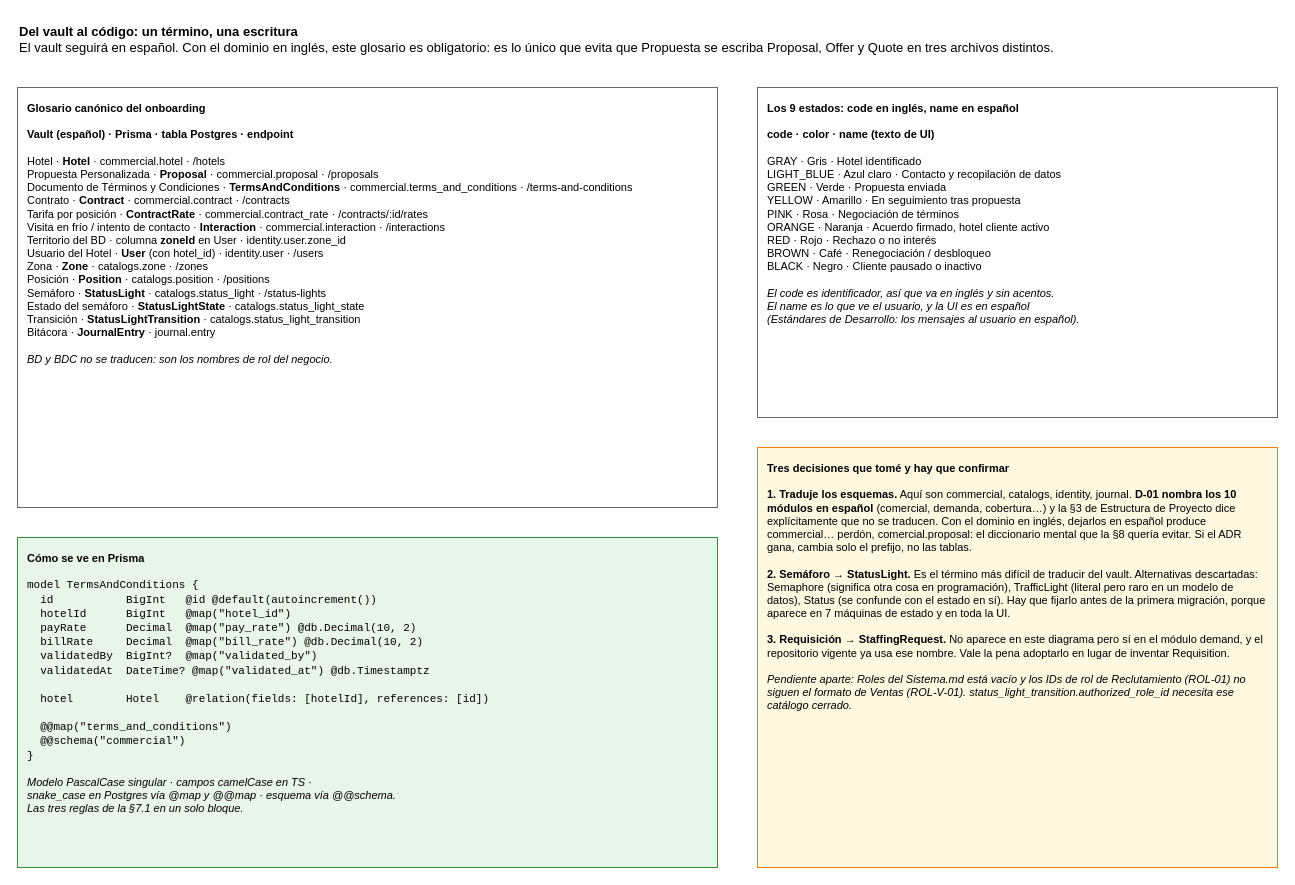
Above: page "3 - Nomenclatura y glosario ES → EN" (4 of 4) of Español/Arquitecturas/Ventas/Propuesta de Base de Datos - Ventas.drawio in dev3-cc/oranje-matrix-system (draw.io), before the change. Source tidied: cells renumbered, new cells numbered last; positions are measured from the earlier drawing's top-left corner, leaving out a move shared by most shapes. Both pictures are drawn from the tidied source at 100%, with x=0, y=0 at pixel (17, 17).
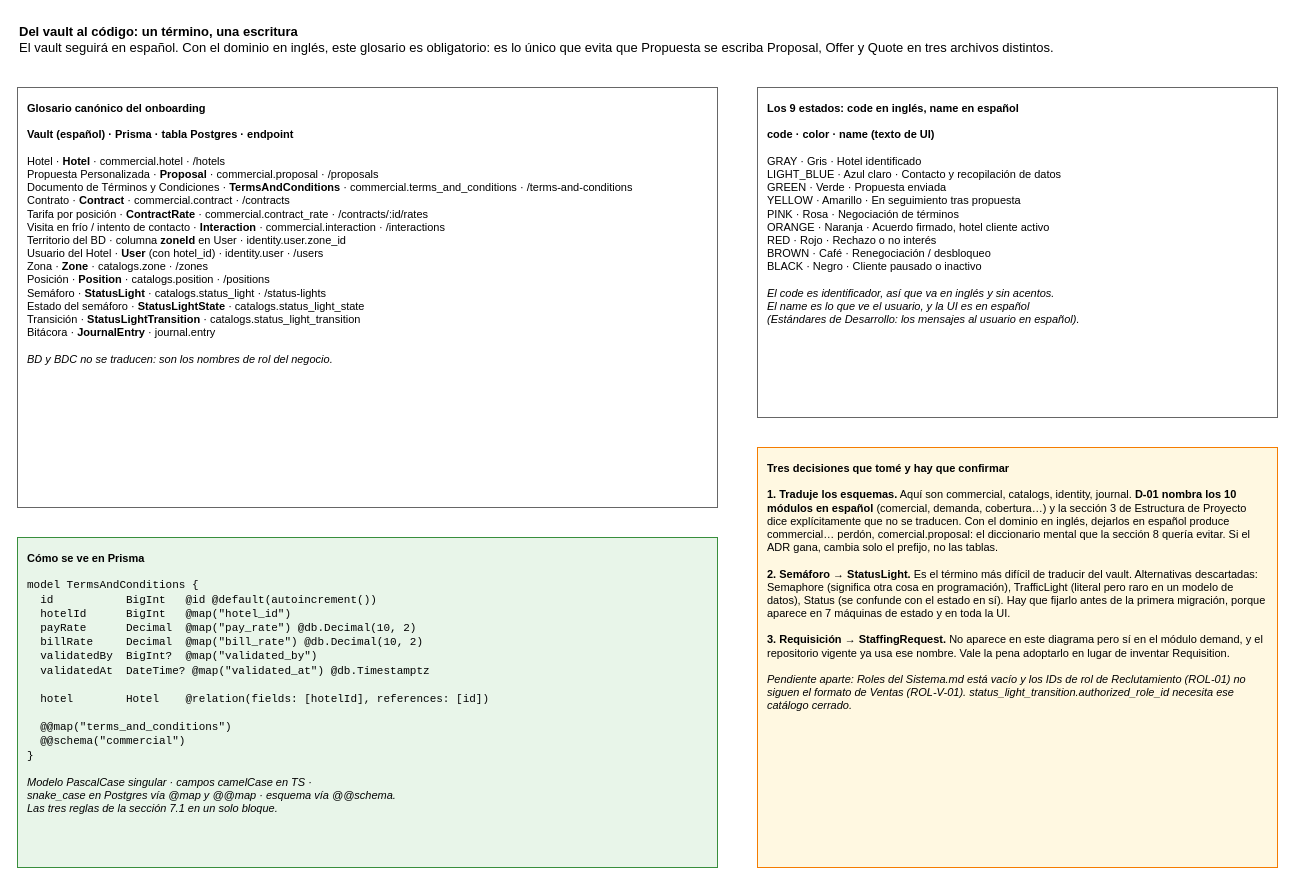
Above is the later version.

The edit, as a diff of the source:
```diff
@@
 <mxGraphModel>
   <root>
     <mxCell id="0" />
     <mxCell id="1" parent="0" />
     <mxCell id="2" value="&lt;b&gt;Del vault al código: un término, una escritura&lt;/b&gt;&lt;br&gt;El vault seguirá en español. Con el dominio en inglés, este glosario es obligatorio: es lo único que evita que Propuesta se escriba Proposal, Offer y Quote en tres archivos distintos." style="text;html=1;align=left;verticalAlign=top;fontSize=13;" parent="1" vertex="1">
       <mxGeometry width="900" height="50" as="geometry" />
     </mxCell>
     <mxCell id="3" value="&lt;b&gt;Glosario canónico del onboarding&lt;/b&gt;&lt;br&gt;&lt;br&gt;&lt;b&gt;Vault (español) · Prisma · tabla Postgres · endpoint&lt;/b&gt;&lt;br&gt;&lt;br&gt;Hotel · &lt;b&gt;Hotel&lt;/b&gt; · commercial.hotel · /hotels&lt;br&gt;Propuesta Personalizada · &lt;b&gt;Proposal&lt;/b&gt; · commercial.proposal · /proposals&lt;br&gt;Documento de Términos y Condiciones · &lt;b&gt;TermsAndConditions&lt;/b&gt; · commercial.terms_and_conditions · /terms-and-conditions&lt;br&gt;Contrato · &lt;b&gt;Contract&lt;/b&gt; · commercial.contract · /contracts&lt;br&gt;Tarifa por posición · &lt;b&gt;ContractRate&lt;/b&gt; · commercial.contract_rate · /contracts/:id/rates&lt;br&gt;Visita en frío / intento de contacto · &lt;b&gt;Interaction&lt;/b&gt; · commercial.interaction · /interactions&lt;br&gt;Territorio del BD · columna &lt;b&gt;zoneId&lt;/b&gt; en User · identity.user.zone_id&lt;br&gt;Usuario del Hotel · &lt;b&gt;User&lt;/b&gt; (con hotel_id) · identity.user · /users&lt;br&gt;Zona · &lt;b&gt;Zone&lt;/b&gt; · catalogs.zone · /zones&lt;br&gt;Posición · &lt;b&gt;Position&lt;/b&gt; · catalogs.position · /positions&lt;br&gt;Semáforo · &lt;b&gt;StatusLight&lt;/b&gt; · catalogs.status_light · /status-lights&lt;br&gt;Estado del semáforo · &lt;b&gt;StatusLightState&lt;/b&gt; · catalogs.status_light_state&lt;br&gt;Transición · &lt;b&gt;StatusLightTransition&lt;/b&gt; · catalogs.status_light_transition&lt;br&gt;Bitácora · &lt;b&gt;JournalEntry&lt;/b&gt; · journal.entry&lt;br&gt;&lt;br&gt;&lt;i&gt;BD y BDC no se traducen: son los nombres de rol del negocio.&lt;/i&gt;" style="rounded=0;whiteSpace=wrap;html=1;fillColor=#FFFFFF;strokeColor=#666666;align=left;verticalAlign=top;spacing=10;fontSize=11;" parent="1" vertex="1">
       <mxGeometry y="70" width="700" height="420" as="geometry" />
     </mxCell>
     <mxCell id="4" value="&lt;b&gt;Los 9 estados: code en inglés, name en español&lt;/b&gt;&lt;br&gt;&lt;br&gt;&lt;b&gt;code · color · name (texto de UI)&lt;/b&gt;&lt;br&gt;&lt;br&gt;GRAY · Gris · Hotel identificado&lt;br&gt;LIGHT_BLUE · Azul claro · Contacto y recopilación de datos&lt;br&gt;GREEN · Verde · Propuesta enviada&lt;br&gt;YELLOW · Amarillo · En seguimiento tras propuesta&lt;br&gt;PINK · Rosa · Negociación de términos&lt;br&gt;ORANGE · Naranja · Acuerdo firmado, hotel cliente activo&lt;br&gt;RED · Rojo · Rechazo o no interés&lt;br&gt;BROWN · Café · Renegociación / desbloqueo&lt;br&gt;BLACK · Negro · Cliente pausado o inactivo&lt;br&gt;&lt;br&gt;&lt;i&gt;El code es identificador, así que va en inglés y sin acentos.&lt;br&gt;El name es lo que ve el usuario, y la UI es en español&lt;br&gt;(Estándares de Desarrollo: los mensajes al usuario en español).&lt;/i&gt;" style="rounded=0;whiteSpace=wrap;html=1;fillColor=#FFFFFF;strokeColor=#666666;align=left;verticalAlign=top;spacing=10;fontSize=11;" parent="1" vertex="1">
       <mxGeometry x="740" y="70" width="520" height="330" as="geometry" />
     </mxCell>
-    <mxCell id="5" value="&lt;b&gt;Cómo se ve en Prisma&lt;/b&gt;&lt;br&gt;&lt;br&gt;&lt;font face=&quot;Courier New&quot;&gt;model TermsAndConditions {&lt;br&gt;&amp;nbsp;&amp;nbsp;id&amp;nbsp;&amp;nbsp;&amp;nbsp;&amp;nbsp;&amp;nbsp;&amp;nbsp;&amp;nbsp;&amp;nbsp;&amp;nbsp;&amp;nbsp;&amp;nbsp;BigInt&amp;nbsp;&amp;nbsp; @id @default(autoincrement())&lt;br&gt;&amp;nbsp;&amp;nbsp;hotelId&amp;nbsp;&amp;nbsp;&amp;nbsp;&amp;nbsp;&amp;nbsp;&amp;nbsp;BigInt&amp;nbsp;&amp;nbsp; @map(&quot;hotel_id&quot;)&lt;br&gt;&amp;nbsp;&amp;nbsp;payRate&amp;nbsp;&amp;nbsp;&amp;nbsp;&amp;nbsp;&amp;nbsp;&amp;nbsp;Decimal&amp;nbsp; @map(&quot;pay_rate&quot;) @db.Decimal(10, 2)&lt;br&gt;&amp;nbsp;&amp;nbsp;billRate&amp;nbsp;&amp;nbsp;&amp;nbsp;&amp;nbsp;&amp;nbsp;Decimal&amp;nbsp; @map(&quot;bill_rate&quot;) @db.Decimal(10, 2)&lt;br&gt;&amp;nbsp;&amp;nbsp;validatedBy&amp;nbsp;&amp;nbsp;BigInt?&amp;nbsp; @map(&quot;validated_by&quot;)&lt;br&gt;&amp;nbsp;&amp;nbsp;validatedAt&amp;nbsp;&amp;nbsp;DateTime? @map(&quot;validated_at&quot;) @db.Timestamptz&lt;br&gt;&lt;br&gt;&amp;nbsp;&amp;nbsp;hotel&amp;nbsp;&amp;nbsp;&amp;nbsp;&amp;nbsp;&amp;nbsp;&amp;nbsp;&amp;nbsp;&amp;nbsp;Hotel&amp;nbsp;&amp;nbsp;&amp;nbsp;&amp;nbsp;@relation(fields: [hotelId], references: [id])&lt;br&gt;&lt;br&gt;&amp;nbsp;&amp;nbsp;@@map(&quot;terms_and_conditions&quot;)&lt;br&gt;&amp;nbsp;&amp;nbsp;@@schema(&quot;commercial&quot;)&lt;br&gt;}&lt;/font&gt;&lt;br&gt;&lt;br&gt;&lt;i&gt;Modelo PascalCase singular · campos camelCase en TS ·&lt;br&gt;snake_case en Postgres vía @map y @@map · esquema vía @@schema.&lt;br&gt;Las tres reglas de la §7.1 en un solo bloque.&lt;/i&gt;" style="rounded=0;whiteSpace=wrap;html=1;fillColor=#E8F5E9;strokeColor=#388E3C;align=left;verticalAlign=top;spacing=10;fontSize=11;" parent="1" vertex="1">
+    <mxCell id="5" value="&lt;b&gt;Cómo se ve en Prisma&lt;/b&gt;&lt;br&gt;&lt;br&gt;&lt;font face=&quot;Courier New&quot;&gt;model TermsAndConditions {&lt;br&gt;&amp;nbsp;&amp;nbsp;id&amp;nbsp;&amp;nbsp;&amp;nbsp;&amp;nbsp;&amp;nbsp;&amp;nbsp;&amp;nbsp;&amp;nbsp;&amp;nbsp;&amp;nbsp;&amp;nbsp;BigInt&amp;nbsp;&amp;nbsp; @id @default(autoincrement())&lt;br&gt;&amp;nbsp;&amp;nbsp;hotelId&amp;nbsp;&amp;nbsp;&amp;nbsp;&amp;nbsp;&amp;nbsp;&amp;nbsp;BigInt&amp;nbsp;&amp;nbsp; @map(&quot;hotel_id&quot;)&lt;br&gt;&amp;nbsp;&amp;nbsp;payRate&amp;nbsp;&amp;nbsp;&amp;nbsp;&amp;nbsp;&amp;nbsp;&amp;nbsp;Decimal&amp;nbsp; @map(&quot;pay_rate&quot;) @db.Decimal(10, 2)&lt;br&gt;&amp;nbsp;&amp;nbsp;billRate&amp;nbsp;&amp;nbsp;&amp;nbsp;&amp;nbsp;&amp;nbsp;Decimal&amp;nbsp; @map(&quot;bill_rate&quot;) @db.Decimal(10, 2)&lt;br&gt;&amp;nbsp;&amp;nbsp;validatedBy&amp;nbsp;&amp;nbsp;BigInt?&amp;nbsp; @map(&quot;validated_by&quot;)&lt;br&gt;&amp;nbsp;&amp;nbsp;validatedAt&amp;nbsp;&amp;nbsp;DateTime? @map(&quot;validated_at&quot;) @db.Timestamptz&lt;br&gt;&lt;br&gt;&amp;nbsp;&amp;nbsp;hotel&amp;nbsp;&amp;nbsp;&amp;nbsp;&amp;nbsp;&amp;nbsp;&amp;nbsp;&amp;nbsp;&amp;nbsp;Hotel&amp;nbsp;&amp;nbsp;&amp;nbsp;&amp;nbsp;@relation(fields: [hotelId], references: [id])&lt;br&gt;&lt;br&gt;&amp;nbsp;&amp;nbsp;@@map(&quot;terms_and_conditions&quot;)&lt;br&gt;&amp;nbsp;&amp;nbsp;@@schema(&quot;commercial&quot;)&lt;br&gt;}&lt;/font&gt;&lt;br&gt;&lt;br&gt;&lt;i&gt;Modelo PascalCase singular · campos camelCase en TS ·&lt;br&gt;snake_case en Postgres vía @map y @@map · esquema vía @@schema.&lt;br&gt;Las tres reglas de la sección 7.1 en un solo bloque.&lt;/i&gt;" style="rounded=0;whiteSpace=wrap;html=1;fillColor=#E8F5E9;strokeColor=#388E3C;align=left;verticalAlign=top;spacing=10;fontSize=11;" parent="1" vertex="1">
       <mxGeometry y="520" width="700" height="330" as="geometry" />
     </mxCell>
-    <mxCell id="6" value="&lt;b&gt;Tres decisiones que tomé y hay que confirmar&lt;/b&gt;&lt;br&gt;&lt;br&gt;&lt;b&gt;1. Traduje los esquemas.&lt;/b&gt; Aquí son commercial, catalogs, identity, journal. &lt;b&gt;D-01 nombra los 10 módulos en español&lt;/b&gt; (comercial, demanda, cobertura…) y la §3 de Estructura de Proyecto dice explícitamente que no se traducen. Con el dominio en inglés, dejarlos en español produce commercial… perdón, comercial.proposal: el diccionario mental que la §8 quería evitar. Si el ADR gana, cambia solo el prefijo, no las tablas.&lt;br&gt;&lt;br&gt;&lt;b&gt;2. Semáforo → StatusLight.&lt;/b&gt; Es el término más difícil de traducir del vault. Alternativas descartadas: Semaphore (significa otra cosa en programación), TrafficLight (literal pero raro en un modelo de datos), Status (se confunde con el estado en sí). Hay que fijarlo antes de la primera migración, porque aparece en 7 máquinas de estado y en toda la UI.&lt;br&gt;&lt;br&gt;&lt;b&gt;3. Requisición → StaffingRequest.&lt;/b&gt; No aparece en este diagrama pero sí en el módulo demand, y el repositorio vigente ya usa ese nombre. Vale la pena adoptarlo en lugar de inventar Requisition.&lt;br&gt;&lt;br&gt;&lt;i&gt;Pendiente aparte: Roles del Sistema.md está vacío y los IDs de rol de Reclutamiento (ROL-01) no siguen el formato de Ventas (ROL-V-01). status_light_transition.authorized_role_id necesita ese catálogo cerrado.&lt;/i&gt;" style="rounded=0;whiteSpace=wrap;html=1;fillColor=#FFF8E1;strokeColor=#F57C00;align=left;verticalAlign=top;spacing=10;fontSize=11;" parent="1" vertex="1">
+    <mxCell id="6" value="&lt;b&gt;Tres decisiones que tomé y hay que confirmar&lt;/b&gt;&lt;br&gt;&lt;br&gt;&lt;b&gt;1. Traduje los esquemas.&lt;/b&gt; Aquí son commercial, catalogs, identity, journal. &lt;b&gt;D-01 nombra los 10 módulos en español&lt;/b&gt; (comercial, demanda, cobertura…) y la sección 3 de Estructura de Proyecto dice explícitamente que no se traducen. Con el dominio en inglés, dejarlos en español produce commercial… perdón, comercial.proposal: el diccionario mental que la sección 8 quería evitar. Si el ADR gana, cambia solo el prefijo, no las tablas.&lt;br&gt;&lt;br&gt;&lt;b&gt;2. Semáforo → StatusLight.&lt;/b&gt; Es el término más difícil de traducir del vault. Alternativas descartadas: Semaphore (significa otra cosa en programación), TrafficLight (literal pero raro en un modelo de datos), Status (se confunde con el estado en sí). Hay que fijarlo antes de la primera migración, porque aparece en 7 máquinas de estado y en toda la UI.&lt;br&gt;&lt;br&gt;&lt;b&gt;3. Requisición → StaffingRequest.&lt;/b&gt; No aparece en este diagrama pero sí en el módulo demand, y el repositorio vigente ya usa ese nombre. Vale la pena adoptarlo en lugar de inventar Requisition.&lt;br&gt;&lt;br&gt;&lt;i&gt;Pendiente aparte: Roles del Sistema.md está vacío y los IDs de rol de Reclutamiento (ROL-01) no siguen el formato de Ventas (ROL-V-01). status_light_transition.authorized_role_id necesita ese catálogo cerrado.&lt;/i&gt;" style="rounded=0;whiteSpace=wrap;html=1;fillColor=#FFF8E1;strokeColor=#F57C00;align=left;verticalAlign=top;spacing=10;fontSize=11;" parent="1" vertex="1">
       <mxGeometry x="740" y="430" width="520" height="420" as="geometry" />
     </mxCell>
   </root>
 </mxGraphModel>
```
